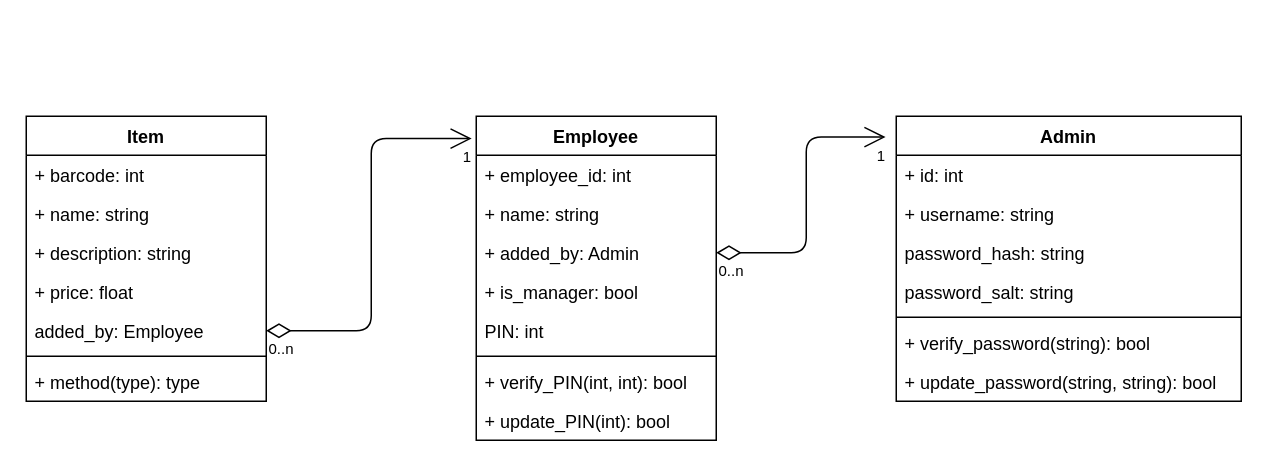
Before: ClassDiagram.drawio in Maryville-SWDV-630/ip-4-PJohnson9, a draw.io diagram. Source tidied: cells renumbered, new cells numbered last; positions are measured from the earlier drawing's top-left corner, leaving out a move shared by most shapes. Both pictures are drawn from the tidied source at 150%, with x=0, y=0 at pixel (26, 116).
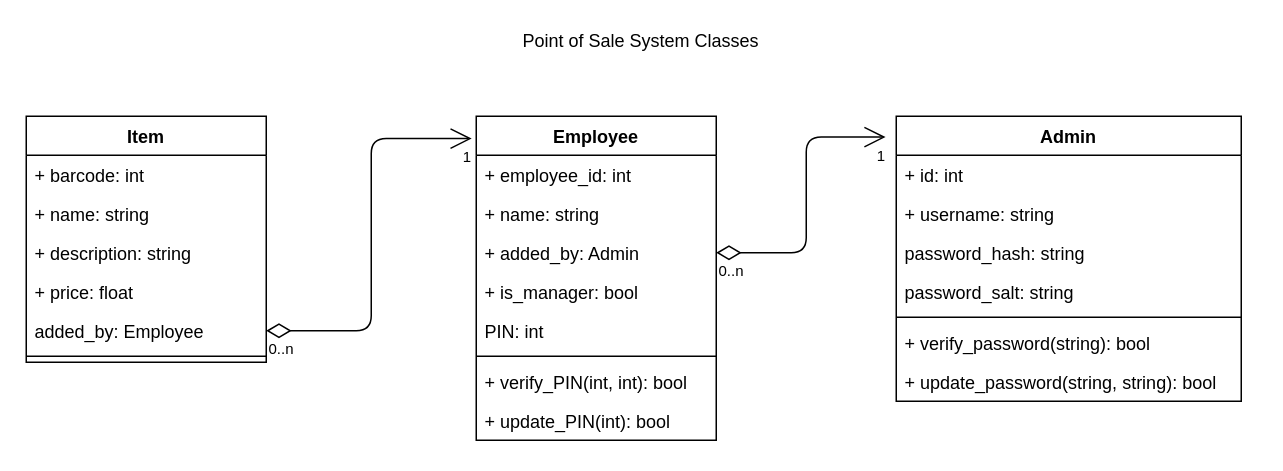
Above is the later version.

Commit message (it also covers changes not shown here):
Updated Class Diagram

What changed in the source:
```diff
@@
+    <mxCell id="33" value="Point of Sale System Classes" style="text;html=1;strokeColor=none;fillColor=none;align=center;verticalAlign=middle;whiteSpace=wrap;rounded=0;" parent="1" vertex="1">
+      <mxGeometry y="-60" width="820" height="20" as="geometry" />
+    </mxCell>
@@
     <mxCell id="16" value="Item" style="swimlane;fontStyle=1;align=center;verticalAlign=top;horizontal=1;startSize=26;" parent="1" vertex="1">
-      <mxGeometry width="160" height="190" as="geometry" />
+      <mxGeometry width="160" height="164" as="geometry" />
     </mxCell>
@@
-    <mxCell id="23" value="+ method(type): type" style="text;strokeColor=none;fillColor=none;align=left;verticalAlign=top;spacingLeft=4;spacingRight=4;overflow=hidden;" parent="16" vertex="1">
-      <mxGeometry y="164" width="160" height="26" as="geometry" />
-    </mxCell>
```
